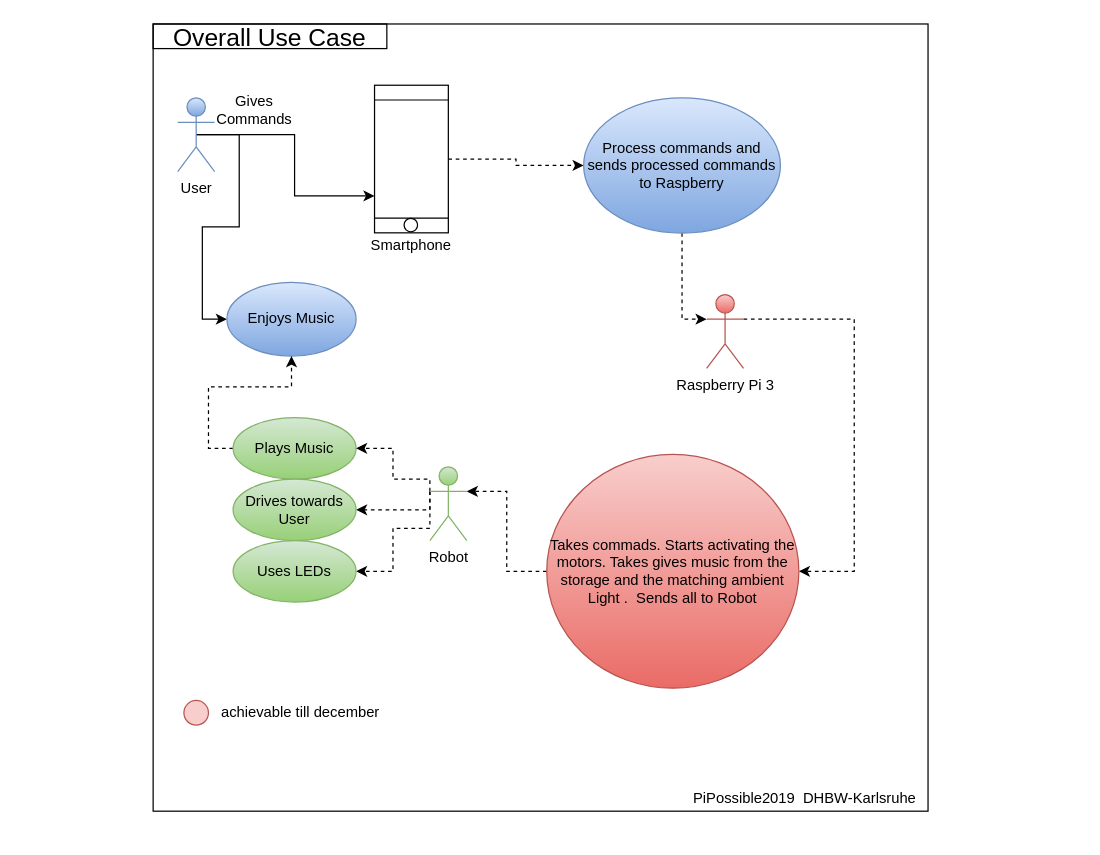
Earlier version of the draw.io diagram OverallUseCaseDiagramm.drawio (PiPossible1/PiPossible). Source tidied: cells renumbered, new cells numbered last; positions are measured from the earlier drawing's top-left corner, leaving out a move shared by most shapes. Both pictures are drawn from the tidied source at 123%, with x=0, y=0 at pixel (153, 23).
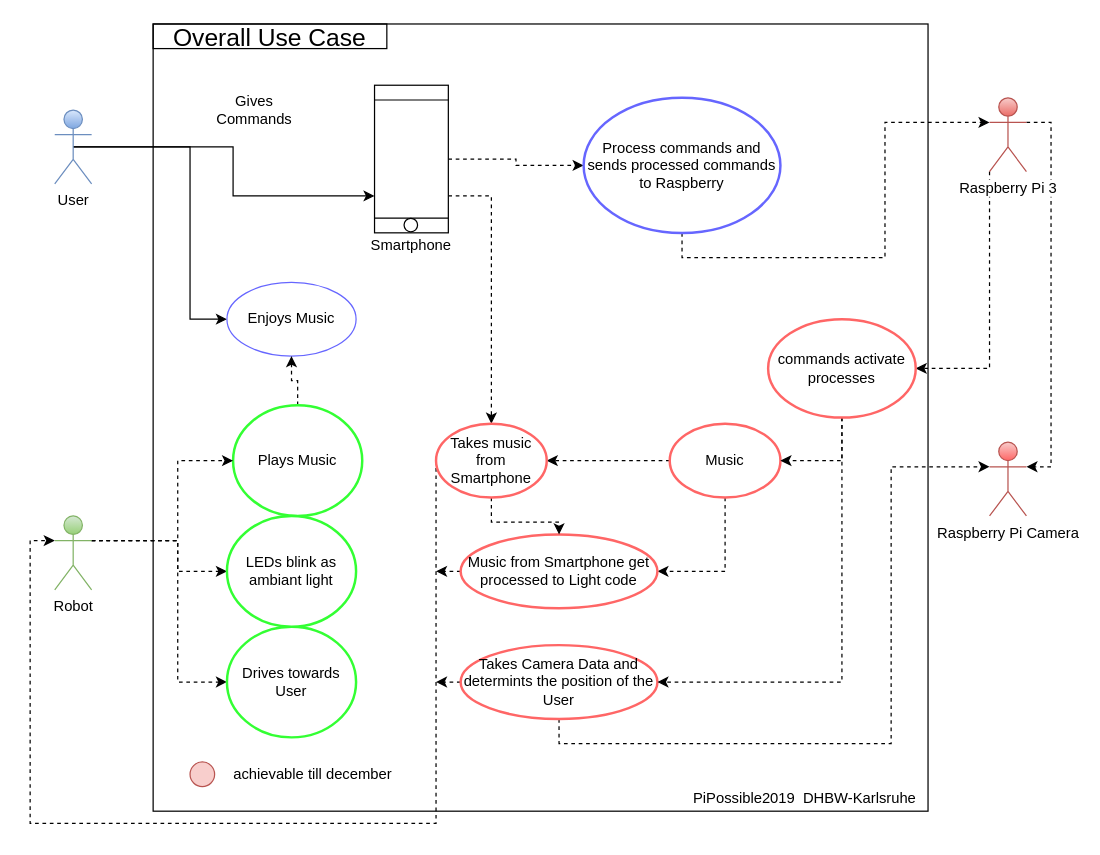
The same diagram, later.

The change refers to these unchanged cells:
```xml
<mxCell id="9" style="shape=process;whiteSpace=wrap;html=1;backgroundOutline=1;strokeWidth=1;fontFamily=Helvetica;direction=south;" parent="1" vertex="1">
  <mxGeometry x="180" y="49.8" width="60" height="120" as="geometry" />
</mxCell>
```

Diff of the diagram source:
```diff
@@
     <mxCell id="6" style="edgeStyle=orthogonalEdgeStyle;rounded=0;jettySize=auto;html=1;exitX=0.5;exitY=0.5;exitDx=0;exitDy=0;exitPerimeter=0;entryX=0;entryY=0.5;entryDx=0;entryDy=0;fontFamily=Helvetica;" parent="1" edge="1" source="7" target="12">
-      <mxGeometry relative="1" as="geometry" />
+      <mxGeometry relative="1" as="geometry">
+        <Array as="points">
+          <mxPoint x="30" y="100" />
+          <mxPoint x="30" y="240" />
+        </Array>
+      </mxGeometry>
     </mxCell>
     <mxCell id="7" value="User&lt;br&gt;" style="shape=umlActor;verticalLabelPosition=bottom;labelBackgroundColor=#ffffff;verticalAlign=top;html=1;gradientColor=#7ea6e0;fillColor=#dae8fc;strokeColor=#6c8ebf;" parent="1" vertex="1">
-      <mxGeometry x="20" y="60" width="30" height="60" as="geometry" />
+      <mxGeometry x="-80" y="70" width="30" height="60" as="geometry" />
     </mxCell>
@@
+    <mxCell id="30" style="edgeStyle=orthogonalEdgeStyle;rounded=0;jettySize=auto;html=1;exitX=0.75;exitY=0;exitDx=0;exitDy=0;entryX=0.5;entryY=0;entryDx=0;entryDy=0;dashed=1;" parent="1" edge="1" source="9" target="46">
+      <mxGeometry relative="1" as="geometry" />
+    </mxCell>
@@
-    <mxCell id="12" value="Enjoys Music" style="ellipse;whiteSpace=wrap;html=1;strokeColor=#6c8ebf;strokeWidth=1;fontFamily=Helvetica;fillColor=#dae8fc;gradientColor=#7ea6e0;" parent="1" vertex="1">
+    <mxCell id="12" value="Enjoys Music" style="ellipse;whiteSpace=wrap;html=1;strokeWidth=1;fontFamily=Helvetica;fillColor=#FFFFFF;strokeColor=#6666FF;" parent="1" vertex="1">
       <mxGeometry x="60" y="210" width="105" height="60" as="geometry" />
     </mxCell>
-    <mxCell id="13" style="edgeStyle=orthogonalEdgeStyle;rounded=0;jettySize=auto;html=1;exitX=0;exitY=0.5;exitDx=0;exitDy=0;entryX=0.5;entryY=1;entryDx=0;entryDy=0;dashed=1;fontFamily=Helvetica;" parent="1" edge="1" source="14" target="12">
+    <mxCell id="13" style="edgeStyle=orthogonalEdgeStyle;rounded=0;jettySize=auto;html=1;exitX=0.5;exitY=0;exitDx=0;exitDy=0;entryX=0.5;entryY=1;entryDx=0;entryDy=0;dashed=1;" parent="1" edge="1" source="14" target="12">
       <mxGeometry relative="1" as="geometry" />
     </mxCell>
-    <mxCell id="14" value="Plays Music" style="ellipse;whiteSpace=wrap;html=1;strokeColor=#82b366;strokeWidth=1;fontFamily=Helvetica;gradientColor=#97d077;fillColor=#d5e8d4;" parent="1" vertex="1">
-      <mxGeometry x="65" y="320" width="100" height="50" as="geometry" />
+    <mxCell id="14" value="Plays Music" style="ellipse;whiteSpace=wrap;html=1;strokeWidth=2;fontFamily=Helvetica;strokeColor=#33FF33;" parent="1" vertex="1">
+      <mxGeometry x="65" y="310" width="105" height="90" as="geometry" />
     </mxCell>
-    <mxCell id="15" style="edgeStyle=orthogonalEdgeStyle;rounded=0;jettySize=auto;html=1;exitX=0;exitY=0.3333333333333333;exitDx=0;exitDy=0;exitPerimeter=0;entryX=1;entryY=0.5;entryDx=0;entryDy=0;dashed=1;fontFamily=Helvetica;" parent="1" edge="1" source="18" target="14">
+    <mxCell id="15" style="edgeStyle=orthogonalEdgeStyle;rounded=0;jettySize=auto;html=1;exitX=1;exitY=0.3333333333333333;exitDx=0;exitDy=0;exitPerimeter=0;entryX=0;entryY=0.5;entryDx=0;entryDy=0;dashed=1;" parent="1" edge="1" source="18" target="14">
       <mxGeometry relative="1" as="geometry">
         <Array as="points">
-          <mxPoint x="225" y="370" />
-          <mxPoint x="195" y="370" />
-          <mxPoint x="195" y="345" />
+          <mxPoint x="20" y="420" />
+          <mxPoint x="20" y="355" />
         </Array>
       </mxGeometry>
     </mxCell>
+    <mxCell id="17" style="edgeStyle=orthogonalEdgeStyle;rounded=0;jettySize=auto;html=1;exitX=1;exitY=0.3333333333333333;exitDx=0;exitDy=0;exitPerimeter=0;dashed=1;" parent="1" edge="1" source="18" target="20">
+      <mxGeometry relative="1" as="geometry">
+        <Array as="points">
+          <mxPoint x="20" y="420" />
+          <mxPoint x="20" y="445" />
+        </Array>
+      </mxGeometry>
+    </mxCell>
-    <mxCell id="16" style="edgeStyle=orthogonalEdgeStyle;rounded=0;jettySize=auto;html=1;exitX=0;exitY=0.3333333333333333;exitDx=0;exitDy=0;exitPerimeter=0;entryX=1;entryY=0.5;entryDx=0;entryDy=0;dashed=1;fontFamily=Helvetica;" parent="1" edge="1" source="18" target="19">
+    <mxCell id="16" style="edgeStyle=orthogonalEdgeStyle;rounded=0;jettySize=auto;html=1;exitX=1;exitY=0.3333333333333333;exitDx=0;exitDy=0;exitPerimeter=0;entryX=0;entryY=0.5;entryDx=0;entryDy=0;dashed=1;" parent="1" edge="1" source="18" target="19">
       <mxGeometry relative="1" as="geometry">
         <Array as="points">
-          <mxPoint x="225" y="395" />
+          <mxPoint x="20" y="420" />
+          <mxPoint x="20" y="535" />
         </Array>
       </mxGeometry>
     </mxCell>
-    <mxCell id="17" style="edgeStyle=orthogonalEdgeStyle;rounded=0;jettySize=auto;html=1;exitX=0;exitY=0.3333333333333333;exitDx=0;exitDy=0;exitPerimeter=0;entryX=1;entryY=0.5;entryDx=0;entryDy=0;dashed=1;fontFamily=Helvetica;" parent="1" edge="1" source="18" target="20">
-      <mxGeometry relative="1" as="geometry">
-        <Array as="points">
-          <mxPoint x="225" y="410" />
-          <mxPoint x="195" y="410" />
-          <mxPoint x="195" y="445" />
-        </Array>
-      </mxGeometry>
-    </mxCell>
     <mxCell id="18" value="Robot" style="shape=umlActor;verticalLabelPosition=bottom;labelBackgroundColor=#ffffff;verticalAlign=top;html=1;outlineConnect=0;strokeColor=#82b366;strokeWidth=1;fontFamily=Helvetica;gradientColor=#97d077;fillColor=#d5e8d4;" parent="1" vertex="1">
-      <mxGeometry x="225" y="360" width="30" height="60" as="geometry" />
+      <mxGeometry x="-80" y="400" width="30" height="60" as="geometry" />
     </mxCell>
-    <mxCell id="19" value="Drives towards User" style="ellipse;whiteSpace=wrap;html=1;strokeColor=#82b366;strokeWidth=1;fontFamily=Helvetica;gradientColor=#97d077;fillColor=#d5e8d4;" parent="1" vertex="1">
-      <mxGeometry x="65" y="370" width="100" height="50" as="geometry" />
+    <mxCell id="19" value="Drives towards User" style="ellipse;whiteSpace=wrap;html=1;strokeWidth=2;fontFamily=Helvetica;strokeColor=#33FF33;" parent="1" vertex="1">
+      <mxGeometry x="60" y="490" width="105" height="90" as="geometry" />
     </mxCell>
-    <mxCell id="20" value="Uses LEDs" style="ellipse;whiteSpace=wrap;html=1;strokeColor=#82b366;strokeWidth=1;fontFamily=Helvetica;gradientColor=#97d077;fillColor=#d5e8d4;" parent="1" vertex="1">
-      <mxGeometry x="65" y="420" width="100" height="50" as="geometry" />
+    <mxCell id="20" value="LEDs blink as ambiant light" style="ellipse;whiteSpace=wrap;html=1;strokeWidth=2;fontFamily=Helvetica;strokeColor=#33FF33;" parent="1" vertex="1">
+      <mxGeometry x="60" y="400" width="105" height="90" as="geometry" />
     </mxCell>
@@
-    <mxCell id="22" value="Process commands and sends processed commands to Raspberry" style="ellipse;whiteSpace=wrap;html=1;strokeColor=#6c8ebf;strokeWidth=1;fontFamily=Helvetica;gradientColor=#7ea6e0;fillColor=#dae8fc;" parent="1" vertex="1">
+    <mxCell id="22" value="Process commands and sends processed commands to Raspberry" style="ellipse;whiteSpace=wrap;html=1;strokeWidth=2;fontFamily=Helvetica;strokeColor=#6666FF;" parent="1" vertex="1">
       <mxGeometry x="350" y="60" width="160" height="110" as="geometry" />
     </mxCell>
-    <mxCell id="23" style="edgeStyle=orthogonalEdgeStyle;rounded=0;jettySize=auto;html=1;exitX=1;exitY=0.3333333333333333;exitDx=0;exitDy=0;exitPerimeter=0;entryX=1;entryY=0.5;entryDx=0;entryDy=0;dashed=1;fontFamily=Helvetica;" parent="1" edge="1" source="24" target="26">
-      <mxGeometry relative="1" as="geometry">
-        <Array as="points">
-          <mxPoint x="570" y="240" />
-          <mxPoint x="570" y="445" />
-        </Array>
-      </mxGeometry>
-    </mxCell>
+    <mxCell id="31" style="edgeStyle=orthogonalEdgeStyle;rounded=0;jettySize=auto;html=1;exitX=0;exitY=1;exitDx=0;exitDy=0;exitPerimeter=0;entryX=1;entryY=0.5;entryDx=0;entryDy=0;dashed=1;" parent="1" edge="1" source="24" target="43">
+      <mxGeometry relative="1" as="geometry" />
+    </mxCell>
+    <mxCell id="32" style="edgeStyle=orthogonalEdgeStyle;rounded=0;jettySize=auto;html=1;exitX=1;exitY=0.3333333333333333;exitDx=0;exitDy=0;exitPerimeter=0;entryX=1;entryY=0.3333333333333333;entryDx=0;entryDy=0;entryPerimeter=0;dashed=1;" parent="1" edge="1" source="24" target="47">
+      <mxGeometry relative="1" as="geometry" />
+    </mxCell>
     <mxCell id="24" value="Raspberry Pi 3&lt;br&gt;" style="shape=umlActor;verticalLabelPosition=bottom;labelBackgroundColor=#ffffff;verticalAlign=top;html=1;outlineConnect=0;strokeColor=#b85450;strokeWidth=1;fontFamily=Helvetica;gradientColor=#ea6b66;fillColor=#f8cecc;" parent="1" vertex="1">
-      <mxGeometry x="450" y="220" width="30" height="60" as="geometry" />
+      <mxGeometry x="680" y="60" width="30" height="60" as="geometry" />
     </mxCell>
-    <mxCell id="25" style="edgeStyle=orthogonalEdgeStyle;rounded=0;jettySize=auto;html=1;exitX=0;exitY=0.5;exitDx=0;exitDy=0;entryX=1;entryY=0.3333333333333333;entryDx=0;entryDy=0;entryPerimeter=0;dashed=1;fontFamily=Helvetica;" parent="1" edge="1" source="26" target="18">
-      <mxGeometry relative="1" as="geometry" />
-    </mxCell>
-    <mxCell id="26" value="Takes commads. Starts activating the motors. Takes gives music from the storage and the matching ambient Light .&amp;nbsp; Sends all to Robot" style="ellipse;whiteSpace=wrap;html=1;strokeColor=#b85450;strokeWidth=1;fontFamily=Helvetica;gradientColor=#ea6b66;fillColor=#f8cecc;" parent="1" vertex="1">
-      <mxGeometry x="320" y="350" width="205" height="190" as="geometry" />
-    </mxCell>
@@
     <mxCell id="28" style="ellipse;whiteSpace=wrap;html=1;fillColor=#f8cecc;strokeColor=#b85450;" parent="1" vertex="1">
-      <mxGeometry x="25" y="550" width="20" height="20" as="geometry" />
+      <mxGeometry x="30" y="600" width="20" height="20" as="geometry" />
     </mxCell>
     <mxCell id="29" value="achievable till december" style="text;html=1;strokeColor=none;fillColor=none;align=center;verticalAlign=middle;whiteSpace=wrap;rounded=0;" parent="1" vertex="1">
-      <mxGeometry x="50" y="550" width="140" height="20" as="geometry" />
+      <mxGeometry x="60" y="600" width="140" height="20" as="geometry" />
     </mxCell>
+    <mxCell id="33" style="edgeStyle=orthogonalEdgeStyle;rounded=0;jettySize=auto;html=1;exitX=0;exitY=0.5;exitDx=0;exitDy=0;entryX=1;entryY=0.5;entryDx=0;entryDy=0;dashed=1;" parent="1" edge="1" source="35" target="46">
+      <mxGeometry relative="1" as="geometry" />
+    </mxCell>
+    <mxCell id="34" style="edgeStyle=orthogonalEdgeStyle;rounded=0;jettySize=auto;html=1;exitX=0.5;exitY=1;exitDx=0;exitDy=0;entryX=1;entryY=0.5;entryDx=0;entryDy=0;dashed=1;" parent="1" edge="1" source="35" target="40">
+      <mxGeometry relative="1" as="geometry" />
+    </mxCell>
+    <mxCell id="35" value="Music" style="ellipse;whiteSpace=wrap;html=1;strokeWidth=2;strokeColor=#FF6666;" parent="1" vertex="1">
+      <mxGeometry x="420" y="325" width="90" height="60" as="geometry" />
+    </mxCell>
+    <mxCell id="36" style="edgeStyle=orthogonalEdgeStyle;rounded=0;jettySize=auto;html=1;exitX=0.5;exitY=1;exitDx=0;exitDy=0;entryX=0;entryY=0.3333333333333333;entryDx=0;entryDy=0;entryPerimeter=0;dashed=1;" parent="1" edge="1" source="38" target="47">
+      <mxGeometry relative="1" as="geometry">
+        <Array as="points">
+          <mxPoint x="330" y="585" />
+          <mxPoint x="600" y="585" />
+          <mxPoint x="600" y="360" />
+        </Array>
+      </mxGeometry>
+    </mxCell>
+    <mxCell id="37" style="edgeStyle=orthogonalEdgeStyle;rounded=0;jettySize=auto;html=1;exitX=0;exitY=0.5;exitDx=0;exitDy=0;dashed=1;" parent="1" edge="1" source="38">
+      <mxGeometry relative="1" as="geometry">
+        <mxPoint x="230" y="535" as="targetPoint" />
+      </mxGeometry>
+    </mxCell>
+    <mxCell id="38" value="Takes Camera Data and determints the position of the User" style="ellipse;whiteSpace=wrap;html=1;strokeColor=#FF6666;strokeWidth=2;" parent="1" vertex="1">
+      <mxGeometry x="250" y="505" width="160" height="60" as="geometry" />
+    </mxCell>
+    <mxCell id="39" style="edgeStyle=orthogonalEdgeStyle;rounded=0;jettySize=auto;html=1;exitX=0;exitY=0.5;exitDx=0;exitDy=0;dashed=1;" parent="1" edge="1" source="40">
+      <mxGeometry relative="1" as="geometry">
+        <mxPoint x="230" y="445" as="targetPoint" />
+      </mxGeometry>
+    </mxCell>
+    <mxCell id="40" value="Music from Smartphone get processed to Light code" style="ellipse;whiteSpace=wrap;html=1;strokeWidth=2;strokeColor=#FF6666;" parent="1" vertex="1">
+      <mxGeometry x="250" y="415" width="160" height="60" as="geometry" />
+    </mxCell>
+    <mxCell id="41" style="edgeStyle=orthogonalEdgeStyle;rounded=0;jettySize=auto;html=1;exitX=0.5;exitY=1;exitDx=0;exitDy=0;entryX=1;entryY=0.5;entryDx=0;entryDy=0;dashed=1;" parent="1" edge="1" source="43" target="35">
+      <mxGeometry relative="1" as="geometry" />
+    </mxCell>
+    <mxCell id="42" style="edgeStyle=orthogonalEdgeStyle;rounded=0;jettySize=auto;html=1;exitX=0.5;exitY=1;exitDx=0;exitDy=0;entryX=1;entryY=0.5;entryDx=0;entryDy=0;dashed=1;" parent="1" edge="1" source="43" target="38">
+      <mxGeometry relative="1" as="geometry" />
+    </mxCell>
+    <mxCell id="43" value="commands activate processes" style="ellipse;whiteSpace=wrap;html=1;strokeColor=#FF6666;strokeWidth=2;" parent="1" vertex="1">
+      <mxGeometry x="500" y="240" width="120" height="80" as="geometry" />
+    </mxCell>
+    <mxCell id="44" style="edgeStyle=orthogonalEdgeStyle;rounded=0;jettySize=auto;html=1;exitX=0.5;exitY=1;exitDx=0;exitDy=0;dashed=1;" parent="1" edge="1" source="46" target="40">
+      <mxGeometry relative="1" as="geometry" />
+    </mxCell>
+    <mxCell id="45" style="edgeStyle=orthogonalEdgeStyle;rounded=0;jettySize=auto;html=1;exitX=0;exitY=0.5;exitDx=0;exitDy=0;entryX=0;entryY=0.3333333333333333;entryDx=0;entryDy=0;entryPerimeter=0;dashed=1;" parent="1" edge="1" source="46" target="18">
+      <mxGeometry relative="1" as="geometry">
+        <Array as="points">
+          <mxPoint x="230" y="650" />
+          <mxPoint x="-100" y="650" />
+          <mxPoint x="-100" y="420" />
+        </Array>
+      </mxGeometry>
+    </mxCell>
+    <mxCell id="46" value="Takes music from Smartphone" style="ellipse;whiteSpace=wrap;html=1;strokeColor=#FF6666;strokeWidth=2;" parent="1" vertex="1">
+      <mxGeometry x="230" y="325" width="90" height="60" as="geometry" />
+    </mxCell>
+    <mxCell id="47" value="Raspberry Pi Camera" style="shape=umlActor;verticalLabelPosition=bottom;labelBackgroundColor=#ffffff;verticalAlign=top;html=1;outlineConnect=0;fillColor=#F8CECC;strokeColor=#b85450;gradientColor=#FF6666;" parent="1" vertex="1">
+      <mxGeometry x="680" y="340" width="30" height="60" as="geometry" />
+    </mxCell>
```
